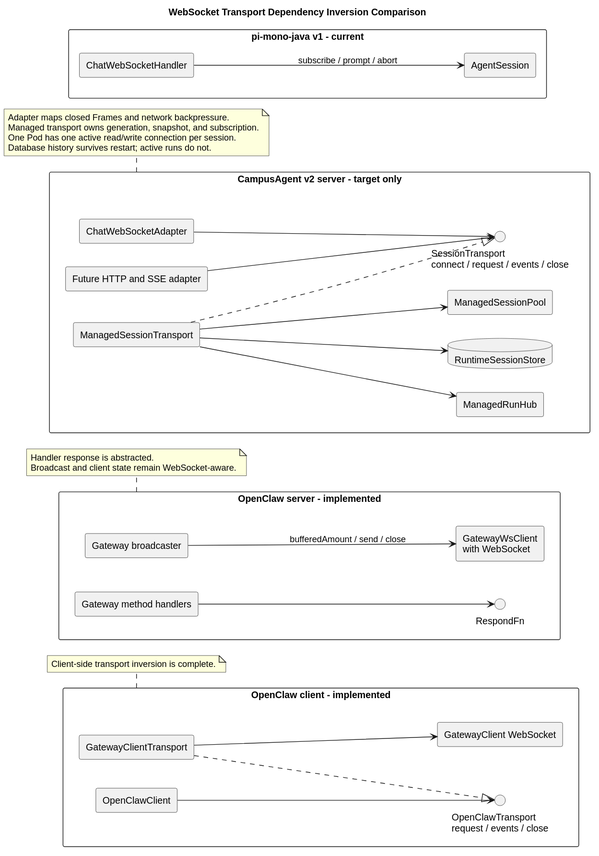
Above: openclaw-campusagent-websocket-comparison/websocket_transport_dependency_inversion_comparison.svg in superheromeZzh/pi-mono-java-design (PlantUML), before the change. Its diagram source:
```plantuml
@startuml
title WebSocket Transport Dependency Inversion Comparison


skinparam backgroundColor #FFFFFF
skinparam shadowing false
skinparam componentStyle rectangle
skinparam packageStyle rectangle
skinparam defaultFontName Arial
left to right direction

package "OpenClaw client - implemented" as oc_client_pkg {
  component "OpenClawClient" as oc_sdk
  interface "OpenClawTransport\nrequest / events / close" as oc_transport
  component "GatewayClientTransport" as oc_ws_transport
  component "GatewayClient WebSocket" as oc_ws_client

  oc_sdk --> oc_transport
  oc_ws_transport ..|> oc_transport
  oc_ws_transport --> oc_ws_client
}

package "OpenClaw server - implemented" as oc_server_pkg {
  component "Gateway method handlers" as oc_handlers
  interface "RespondFn" as oc_respond
  component "Gateway broadcaster" as oc_broadcast
  component "GatewayWsClient\nwith WebSocket" as oc_server_ws

  oc_handlers --> oc_respond
  oc_broadcast --> oc_server_ws : bufferedAmount / send / close
}

package "pi-mono-java v1 - current" as java_v1_pkg {
  component "ChatWebSocketHandler" as java_handler
  component "AgentSession" as java_agent

  java_handler --> java_agent : subscribe / prompt / abort
}

package "CampusAgent v2 server - target only" as cc_target_pkg {
  component "ChatWebSocketAdapter" as cc_adapter
  interface "SessionTransport\nconnect / request / events / close" as cc_transport
  component "ManagedSessionTransport" as cc_managed
  component "ManagedSessionPool" as cc_pool
  component "ManagedRunHub" as cc_hub
  database "RuntimeSessionStore" as cc_store
  component "Future HTTP and SSE adapter" as cc_sse

  cc_adapter --> cc_transport
  cc_sse --> cc_transport
  cc_managed ..|> cc_transport
  cc_managed --> cc_pool
  cc_managed --> cc_hub
  cc_managed --> cc_store
}

note bottom of oc_client_pkg
  Client-side transport inversion is complete.
end note

note bottom of oc_server_pkg
  Handler response is abstracted.
  Broadcast and client state remain WebSocket-aware.
end note

note bottom of cc_target_pkg
  Adapter maps closed Frames and network backpressure.
  Managed transport owns generation, snapshot, and subscription.
  One Pod has one active read/write connection per session.
  Database history survives restart; active runs do not.
end note
@enduml
```
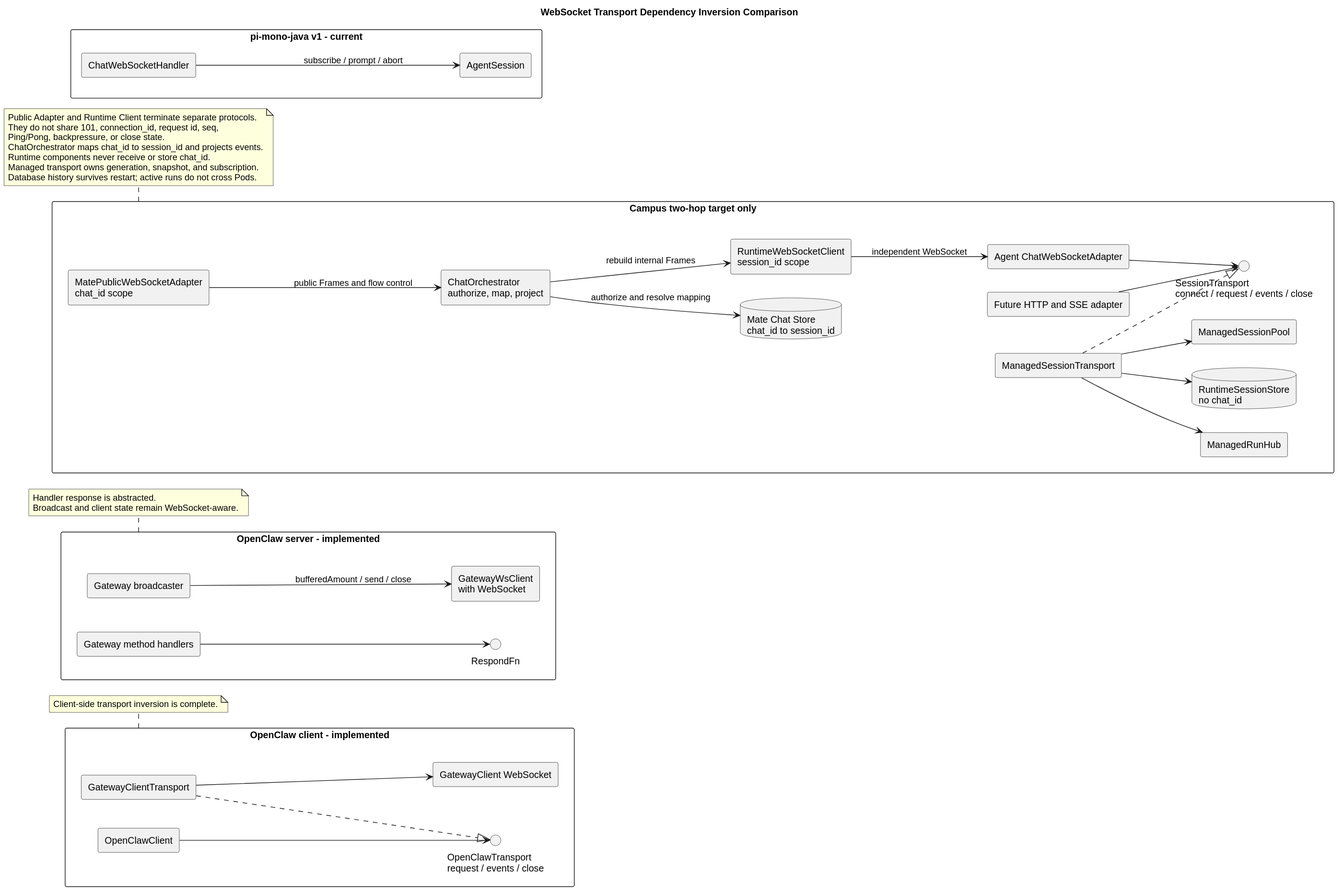
Later version of the same file.

Diff of the diagram source:
```diff
@@ -37,15 +37,23 @@
   java_handler --> java_agent : subscribe / prompt / abort
 }
 
-package "CampusAgent v2 server - target only" as cc_target_pkg {
-  component "ChatWebSocketAdapter" as cc_adapter
+package "Campus two-hop target only" as cc_target_pkg {
+  component "MatePublicWebSocketAdapter\nchat_id scope" as cc_public_adapter
+  component "ChatOrchestrator\nauthorize, map, project" as cc_orchestrator
+  database "Mate Chat Store\nchat_id to session_id" as cc_chat_store
+  component "RuntimeWebSocketClient\nsession_id scope" as cc_runtime_client
+  component "Agent ChatWebSocketAdapter" as cc_adapter
   interface "SessionTransport\nconnect / request / events / close" as cc_transport
   component "ManagedSessionTransport" as cc_managed
   component "ManagedSessionPool" as cc_pool
   component "ManagedRunHub" as cc_hub
-  database "RuntimeSessionStore" as cc_store
+  database "RuntimeSessionStore\nno chat_id" as cc_store
   component "Future HTTP and SSE adapter" as cc_sse
 
+  cc_public_adapter --> cc_orchestrator : public Frames and flow control
+  cc_orchestrator --> cc_chat_store : authorize and resolve mapping
+  cc_orchestrator --> cc_runtime_client : rebuild internal Frames
+  cc_runtime_client --> cc_adapter : independent WebSocket
   cc_adapter --> cc_transport
   cc_sse --> cc_transport
   cc_managed ..|> cc_transport
@@ -64,9 +72,12 @@
 end note
 
 note bottom of cc_target_pkg
-  Adapter maps closed Frames and network backpressure.
+  Public Adapter and Runtime Client terminate separate protocols.
+  They do not share 101, connection_id, request id, seq,
+  Ping/Pong, backpressure, or close state.
+  ChatOrchestrator maps chat_id to session_id and projects events.
+  Runtime components never receive or store chat_id.
   Managed transport owns generation, snapshot, and subscription.
-  One Pod has one active read/write connection per session.
-  Database history survives restart; active runs do not.
+  Database history survives restart; active runs do not cross Pods.
 end note
 @enduml
```
